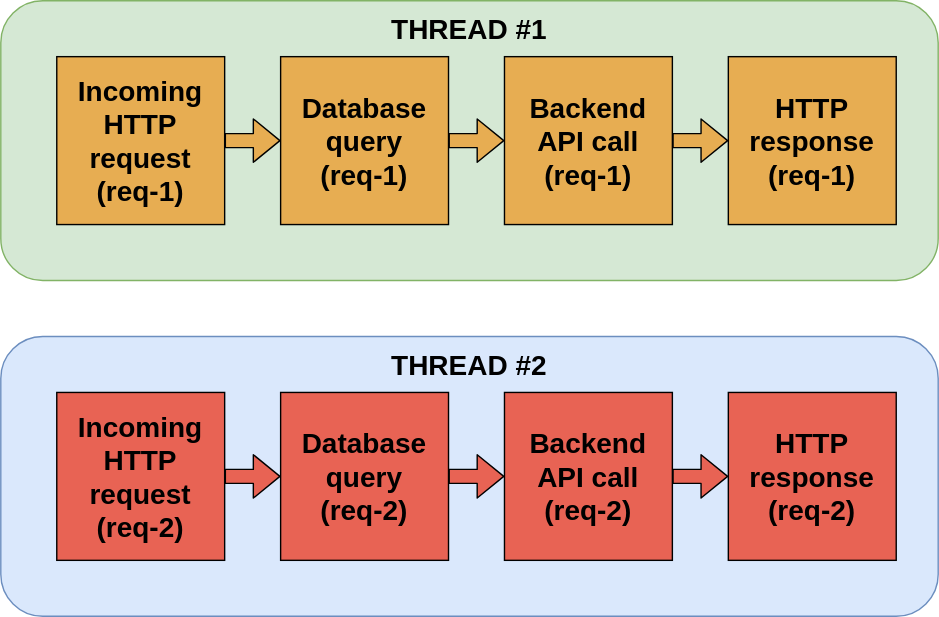
bajtos/2022-hold-my-context keeps this draw.io diagram as images/intro-threads.drawio.svg. Above is the earlier version. Source tidied: cells renumbered, new cells last; positions are measured from the earlier drawing's top-left corner, leaving out a move shared by most shapes. Source of this version:
```xml
<mxGraphModel>
  <root>
    <mxCell id="0" />
    <mxCell id="1" parent="0" />
    <mxCell id="2" style="rounded=1;whiteSpace=wrap;html=1;fillColor=#d5e8d4;align=left;strokeColor=#82b366;" parent="1" vertex="1">
      <mxGeometry width="670" height="200" as="geometry" />
    </mxCell>
    <mxCell id="3" value="&lt;b style=&quot;font-size: 20px&quot;&gt;Incoming&lt;br&gt;HTTP&amp;nbsp;&lt;br&gt;request&lt;br&gt;(req-1)&lt;/b&gt;" style="whiteSpace=wrap;html=1;fillColor=#e7ad52;" parent="1" vertex="1">
      <mxGeometry x="40" y="40" width="120" height="120" as="geometry" />
    </mxCell>
    <mxCell id="4" value="&lt;span style=&quot;font-size: 20px&quot;&gt;&lt;b&gt;Database query&lt;br&gt;&lt;/b&gt;&lt;/span&gt;&lt;b style=&quot;font-size: 20px&quot;&gt;(req-1)&lt;/b&gt;&lt;span style=&quot;font-size: 20px&quot;&gt;&lt;b&gt;&lt;br&gt;&lt;/b&gt;&lt;/span&gt;" style="whiteSpace=wrap;html=1;fillColor=#e7ad52;" parent="1" vertex="1">
      <mxGeometry x="200" y="40" width="120" height="120" as="geometry" />
    </mxCell>
    <mxCell id="5" value="&lt;span style=&quot;font-size: 20px&quot;&gt;&lt;b&gt;Backend API call&lt;br&gt;&lt;/b&gt;&lt;/span&gt;&lt;b style=&quot;font-size: 20px&quot;&gt;(req-1)&lt;/b&gt;&lt;span style=&quot;font-size: 20px&quot;&gt;&lt;b&gt;&lt;br&gt;&lt;/b&gt;&lt;/span&gt;" style="whiteSpace=wrap;html=1;fillColor=#e7ad52;" parent="1" vertex="1">
      <mxGeometry x="360" y="40" width="120" height="120" as="geometry" />
    </mxCell>
    <mxCell id="6" value="&lt;span style=&quot;font-size: 20px&quot;&gt;&lt;b&gt;HTTP response&lt;br&gt;&lt;/b&gt;&lt;/span&gt;&lt;b style=&quot;font-size: 20px&quot;&gt;(req-1)&lt;/b&gt;&lt;span style=&quot;font-size: 20px&quot;&gt;&lt;b&gt;&lt;br&gt;&lt;/b&gt;&lt;/span&gt;" style="whiteSpace=wrap;html=1;fillColor=#e7ad52;" parent="1" vertex="1">
      <mxGeometry x="520" y="40" width="120" height="120" as="geometry" />
    </mxCell>
    <mxCell id="7" style="shape=flexArrow;endArrow=classic;html=1;fontSize=20;exitX=1;exitY=0.5;exitDx=0;exitDy=0;entryX=0;entryY=0.5;entryDx=0;entryDy=0;strokeColor=default;fillColor=#E7AD52;targetPerimeterSpacing=0;sourcePerimeterSpacing=0;rounded=1;gradientColor=none;" parent="1" edge="1" source="3" target="4">
      <mxGeometry relative="1" as="geometry" />
    </mxCell>
    <mxCell id="8" style="shape=flexArrow;endArrow=classic;html=1;fontSize=20;entryX=0;entryY=0.5;entryDx=0;entryDy=0;strokeColor=default;fillColor=#E7AD52;targetPerimeterSpacing=0;sourcePerimeterSpacing=0;rounded=1;gradientColor=none;exitX=1;exitY=0.5;exitDx=0;exitDy=0;" parent="1" edge="1" source="4" target="5">
      <mxGeometry relative="1" as="geometry" />
    </mxCell>
    <mxCell id="9" style="shape=flexArrow;endArrow=classic;html=1;fontSize=20;entryX=0;entryY=0.5;entryDx=0;entryDy=0;strokeColor=default;fillColor=#E7AD52;targetPerimeterSpacing=0;sourcePerimeterSpacing=0;rounded=1;gradientColor=none;" parent="1" edge="1" source="5" target="6">
      <mxGeometry relative="1" as="geometry" />
    </mxCell>
    <mxCell id="10" value="&lt;font style=&quot;font-size: 20px&quot;&gt;&lt;b&gt;THREAD #1&lt;/b&gt;&lt;/font&gt;" style="text;html=1;strokeColor=none;fillColor=none;align=center;verticalAlign=middle;whiteSpace=wrap;rounded=0;" parent="1" vertex="1">
      <mxGeometry width="670" height="40" as="geometry" />
    </mxCell>
    <mxCell id="11" style="rounded=1;whiteSpace=wrap;html=1;fillColor=#dae8fc;align=left;strokeColor=#6c8ebf;" parent="1" vertex="1">
      <mxGeometry y="240" width="670" height="200" as="geometry" />
    </mxCell>
    <mxCell id="12" style="edgeStyle=none;html=1;fontSize=20;" parent="1" edge="1" source="13" target="14">
      <mxGeometry relative="1" as="geometry" />
    </mxCell>
    <mxCell id="13" value="&lt;b style=&quot;font-size: 20px&quot;&gt;Incoming&lt;br&gt;HTTP&amp;nbsp;&lt;br&gt;request&lt;br&gt;(req-2)&lt;br&gt;&lt;/b&gt;" style="whiteSpace=wrap;html=1;fillColor=#E86354;" parent="1" vertex="1">
      <mxGeometry x="40" y="280" width="120" height="120" as="geometry" />
    </mxCell>
    <mxCell id="14" value="&lt;span style=&quot;font-size: 20px&quot;&gt;&lt;b&gt;Database query&lt;br&gt;&lt;/b&gt;&lt;/span&gt;&lt;b style=&quot;font-size: 20px&quot;&gt;(req-2)&lt;/b&gt;&lt;span style=&quot;font-size: 20px&quot;&gt;&lt;b&gt;&lt;br&gt;&lt;/b&gt;&lt;/span&gt;" style="whiteSpace=wrap;html=1;fillColor=#E86354;" parent="1" vertex="1">
      <mxGeometry x="200" y="280" width="120" height="120" as="geometry" />
    </mxCell>
    <mxCell id="15" value="&lt;span style=&quot;font-size: 20px&quot;&gt;&lt;b&gt;Backend API call&lt;br&gt;&lt;/b&gt;&lt;/span&gt;&lt;b style=&quot;font-size: 20px&quot;&gt;(req-2)&lt;/b&gt;&lt;span style=&quot;font-size: 20px&quot;&gt;&lt;b&gt;&lt;br&gt;&lt;/b&gt;&lt;/span&gt;" style="whiteSpace=wrap;html=1;fillColor=#E86354;" parent="1" vertex="1">
      <mxGeometry x="360" y="280" width="120" height="120" as="geometry" />
    </mxCell>
    <mxCell id="16" value="&lt;span style=&quot;font-size: 20px&quot;&gt;&lt;b&gt;HTTP response&lt;br&gt;&lt;/b&gt;&lt;/span&gt;&lt;b style=&quot;font-size: 20px&quot;&gt;(req-2)&lt;/b&gt;&lt;span style=&quot;font-size: 20px&quot;&gt;&lt;b&gt;&lt;br&gt;&lt;/b&gt;&lt;/span&gt;" style="whiteSpace=wrap;html=1;fillColor=#E86354;" parent="1" vertex="1">
      <mxGeometry x="520" y="280" width="120" height="120" as="geometry" />
    </mxCell>
    <mxCell id="17" style="shape=flexArrow;endArrow=classic;html=1;fontSize=20;exitX=1;exitY=0.5;exitDx=0;exitDy=0;entryX=0;entryY=0.5;entryDx=0;entryDy=0;strokeColor=default;fillColor=#E86354;targetPerimeterSpacing=0;sourcePerimeterSpacing=0;rounded=1;gradientColor=none;" parent="1" edge="1" source="13" target="14">
      <mxGeometry relative="1" as="geometry" />
    </mxCell>
    <mxCell id="18" style="shape=flexArrow;endArrow=classic;html=1;fontSize=20;entryX=0;entryY=0.5;entryDx=0;entryDy=0;strokeColor=default;fillColor=#E86354;targetPerimeterSpacing=0;sourcePerimeterSpacing=0;rounded=1;gradientColor=none;exitX=1;exitY=0.5;exitDx=0;exitDy=0;" parent="1" edge="1" source="14" target="15">
      <mxGeometry relative="1" as="geometry" />
    </mxCell>
    <mxCell id="19" style="shape=flexArrow;endArrow=classic;html=1;fontSize=20;entryX=0;entryY=0.5;entryDx=0;entryDy=0;strokeColor=default;fillColor=#E86354;targetPerimeterSpacing=0;sourcePerimeterSpacing=0;rounded=1;gradientColor=none;" parent="1" edge="1" source="15" target="16">
      <mxGeometry relative="1" as="geometry" />
    </mxCell>
    <mxCell id="20" value="&lt;font style=&quot;font-size: 20px&quot;&gt;&lt;b&gt;THREAD #2&lt;/b&gt;&lt;/font&gt;" style="text;html=1;strokeColor=none;fillColor=none;align=center;verticalAlign=middle;whiteSpace=wrap;rounded=0;" parent="1" vertex="1">
      <mxGeometry y="240" width="670" height="40" as="geometry" />
    </mxCell>
  </root>
</mxGraphModel>
```
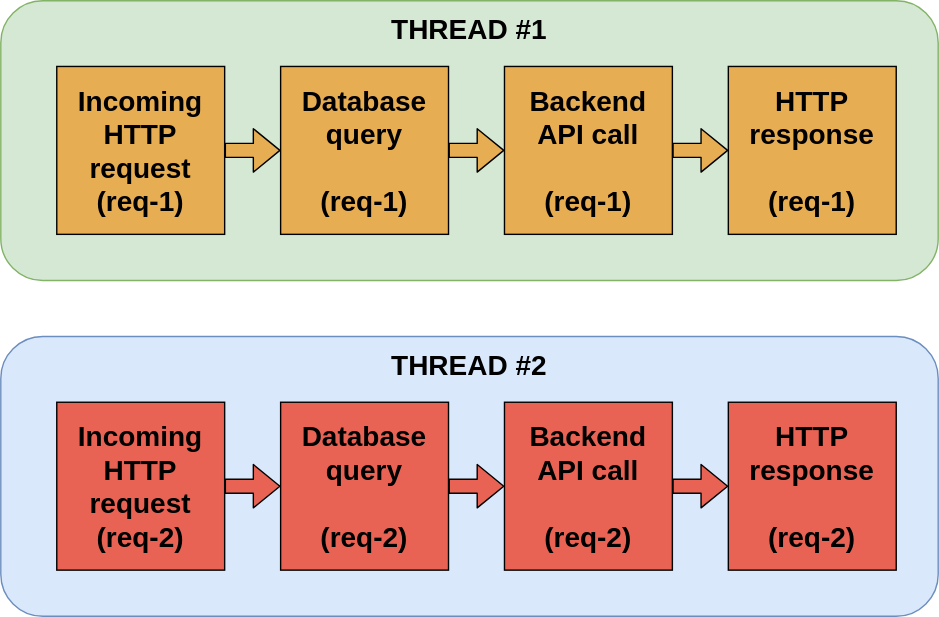
The same diagram one commit later.

Diff of the diagram source:
```diff
@@ -3,18 +3,18 @@
     <mxCell id="0" />
     <mxCell id="1" parent="0" />
     <mxCell id="2" style="rounded=1;whiteSpace=wrap;html=1;fillColor=#d5e8d4;align=left;strokeColor=#82b366;" parent="1" vertex="1">
-      <mxGeometry width="670" height="200" as="geometry" />
+      <mxGeometry y="-7" width="670" height="200" as="geometry" />
     </mxCell>
     <mxCell id="3" value="&lt;b style=&quot;font-size: 20px&quot;&gt;Incoming&lt;br&gt;HTTP&amp;nbsp;&lt;br&gt;request&lt;br&gt;(req-1)&lt;/b&gt;" style="whiteSpace=wrap;html=1;fillColor=#e7ad52;" parent="1" vertex="1">
       <mxGeometry x="40" y="40" width="120" height="120" as="geometry" />
     </mxCell>
-    <mxCell id="4" value="&lt;span style=&quot;font-size: 20px&quot;&gt;&lt;b&gt;Database query&lt;br&gt;&lt;/b&gt;&lt;/span&gt;&lt;b style=&quot;font-size: 20px&quot;&gt;(req-1)&lt;/b&gt;&lt;span style=&quot;font-size: 20px&quot;&gt;&lt;b&gt;&lt;br&gt;&lt;/b&gt;&lt;/span&gt;" style="whiteSpace=wrap;html=1;fillColor=#e7ad52;" parent="1" vertex="1">
+    <mxCell id="4" value="&lt;span style=&quot;font-size: 20px&quot;&gt;&lt;b&gt;Database query&lt;br&gt;&lt;br&gt;&lt;/b&gt;&lt;/span&gt;&lt;b style=&quot;font-size: 20px&quot;&gt;(req-1)&lt;/b&gt;&lt;span style=&quot;font-size: 20px&quot;&gt;&lt;b&gt;&lt;br&gt;&lt;/b&gt;&lt;/span&gt;" style="whiteSpace=wrap;html=1;fillColor=#e7ad52;" parent="1" vertex="1">
       <mxGeometry x="200" y="40" width="120" height="120" as="geometry" />
     </mxCell>
-    <mxCell id="5" value="&lt;span style=&quot;font-size: 20px&quot;&gt;&lt;b&gt;Backend API call&lt;br&gt;&lt;/b&gt;&lt;/span&gt;&lt;b style=&quot;font-size: 20px&quot;&gt;(req-1)&lt;/b&gt;&lt;span style=&quot;font-size: 20px&quot;&gt;&lt;b&gt;&lt;br&gt;&lt;/b&gt;&lt;/span&gt;" style="whiteSpace=wrap;html=1;fillColor=#e7ad52;" parent="1" vertex="1">
+    <mxCell id="5" value="&lt;span style=&quot;font-size: 20px&quot;&gt;&lt;b&gt;Backend API call&lt;br&gt;&lt;br&gt;&lt;/b&gt;&lt;/span&gt;&lt;b style=&quot;font-size: 20px&quot;&gt;(req-1)&lt;/b&gt;&lt;span style=&quot;font-size: 20px&quot;&gt;&lt;b&gt;&lt;br&gt;&lt;/b&gt;&lt;/span&gt;" style="whiteSpace=wrap;html=1;fillColor=#e7ad52;" parent="1" vertex="1">
       <mxGeometry x="360" y="40" width="120" height="120" as="geometry" />
     </mxCell>
-    <mxCell id="6" value="&lt;span style=&quot;font-size: 20px&quot;&gt;&lt;b&gt;HTTP response&lt;br&gt;&lt;/b&gt;&lt;/span&gt;&lt;b style=&quot;font-size: 20px&quot;&gt;(req-1)&lt;/b&gt;&lt;span style=&quot;font-size: 20px&quot;&gt;&lt;b&gt;&lt;br&gt;&lt;/b&gt;&lt;/span&gt;" style="whiteSpace=wrap;html=1;fillColor=#e7ad52;" parent="1" vertex="1">
+    <mxCell id="6" value="&lt;span style=&quot;font-size: 20px&quot;&gt;&lt;b&gt;HTTP response&lt;br&gt;&lt;br&gt;&lt;/b&gt;&lt;/span&gt;&lt;b style=&quot;font-size: 20px&quot;&gt;(req-1)&lt;/b&gt;&lt;span style=&quot;font-size: 20px&quot;&gt;&lt;b&gt;&lt;br&gt;&lt;/b&gt;&lt;/span&gt;" style="whiteSpace=wrap;html=1;fillColor=#e7ad52;" parent="1" vertex="1">
       <mxGeometry x="520" y="40" width="120" height="120" as="geometry" />
     </mxCell>
     <mxCell id="7" style="shape=flexArrow;endArrow=classic;html=1;fontSize=20;exitX=1;exitY=0.5;exitDx=0;exitDy=0;entryX=0;entryY=0.5;entryDx=0;entryDy=0;strokeColor=default;fillColor=#E7AD52;targetPerimeterSpacing=0;sourcePerimeterSpacing=0;rounded=1;gradientColor=none;" parent="1" edge="1" source="3" target="4">
@@ -27,10 +27,10 @@
       <mxGeometry relative="1" as="geometry" />
     </mxCell>
     <mxCell id="10" value="&lt;font style=&quot;font-size: 20px&quot;&gt;&lt;b&gt;THREAD #1&lt;/b&gt;&lt;/font&gt;" style="text;html=1;strokeColor=none;fillColor=none;align=center;verticalAlign=middle;whiteSpace=wrap;rounded=0;" parent="1" vertex="1">
-      <mxGeometry width="670" height="40" as="geometry" />
+      <mxGeometry y="-7" width="670" height="40" as="geometry" />
     </mxCell>
     <mxCell id="11" style="rounded=1;whiteSpace=wrap;html=1;fillColor=#dae8fc;align=left;strokeColor=#6c8ebf;" parent="1" vertex="1">
-      <mxGeometry y="240" width="670" height="200" as="geometry" />
+      <mxGeometry y="233" width="670" height="200" as="geometry" />
     </mxCell>
     <mxCell id="12" style="edgeStyle=none;html=1;fontSize=20;" parent="1" edge="1" source="13" target="14">
       <mxGeometry relative="1" as="geometry" />
@@ -38,13 +38,13 @@
     <mxCell id="13" value="&lt;b style=&quot;font-size: 20px&quot;&gt;Incoming&lt;br&gt;HTTP&amp;nbsp;&lt;br&gt;request&lt;br&gt;(req-2)&lt;br&gt;&lt;/b&gt;" style="whiteSpace=wrap;html=1;fillColor=#E86354;" parent="1" vertex="1">
       <mxGeometry x="40" y="280" width="120" height="120" as="geometry" />
     </mxCell>
-    <mxCell id="14" value="&lt;span style=&quot;font-size: 20px&quot;&gt;&lt;b&gt;Database query&lt;br&gt;&lt;/b&gt;&lt;/span&gt;&lt;b style=&quot;font-size: 20px&quot;&gt;(req-2)&lt;/b&gt;&lt;span style=&quot;font-size: 20px&quot;&gt;&lt;b&gt;&lt;br&gt;&lt;/b&gt;&lt;/span&gt;" style="whiteSpace=wrap;html=1;fillColor=#E86354;" parent="1" vertex="1">
+    <mxCell id="14" value="&lt;span style=&quot;font-size: 20px&quot;&gt;&lt;b&gt;Database query&lt;br&gt;&lt;br&gt;&lt;/b&gt;&lt;/span&gt;&lt;b style=&quot;font-size: 20px&quot;&gt;(req-2)&lt;/b&gt;&lt;span style=&quot;font-size: 20px&quot;&gt;&lt;b&gt;&lt;br&gt;&lt;/b&gt;&lt;/span&gt;" style="whiteSpace=wrap;html=1;fillColor=#E86354;" parent="1" vertex="1">
       <mxGeometry x="200" y="280" width="120" height="120" as="geometry" />
     </mxCell>
-    <mxCell id="15" value="&lt;span style=&quot;font-size: 20px&quot;&gt;&lt;b&gt;Backend API call&lt;br&gt;&lt;/b&gt;&lt;/span&gt;&lt;b style=&quot;font-size: 20px&quot;&gt;(req-2)&lt;/b&gt;&lt;span style=&quot;font-size: 20px&quot;&gt;&lt;b&gt;&lt;br&gt;&lt;/b&gt;&lt;/span&gt;" style="whiteSpace=wrap;html=1;fillColor=#E86354;" parent="1" vertex="1">
+    <mxCell id="15" value="&lt;span style=&quot;font-size: 20px&quot;&gt;&lt;b&gt;Backend API call&lt;br&gt;&lt;br&gt;&lt;/b&gt;&lt;/span&gt;&lt;b style=&quot;font-size: 20px&quot;&gt;(req-2)&lt;/b&gt;&lt;span style=&quot;font-size: 20px&quot;&gt;&lt;b&gt;&lt;br&gt;&lt;/b&gt;&lt;/span&gt;" style="whiteSpace=wrap;html=1;fillColor=#E86354;" parent="1" vertex="1">
       <mxGeometry x="360" y="280" width="120" height="120" as="geometry" />
     </mxCell>
-    <mxCell id="16" value="&lt;span style=&quot;font-size: 20px&quot;&gt;&lt;b&gt;HTTP response&lt;br&gt;&lt;/b&gt;&lt;/span&gt;&lt;b style=&quot;font-size: 20px&quot;&gt;(req-2)&lt;/b&gt;&lt;span style=&quot;font-size: 20px&quot;&gt;&lt;b&gt;&lt;br&gt;&lt;/b&gt;&lt;/span&gt;" style="whiteSpace=wrap;html=1;fillColor=#E86354;" parent="1" vertex="1">
+    <mxCell id="16" value="&lt;span style=&quot;font-size: 20px&quot;&gt;&lt;b&gt;HTTP response&lt;br&gt;&lt;br&gt;&lt;/b&gt;&lt;/span&gt;&lt;b style=&quot;font-size: 20px&quot;&gt;(req-2)&lt;/b&gt;&lt;span style=&quot;font-size: 20px&quot;&gt;&lt;b&gt;&lt;br&gt;&lt;/b&gt;&lt;/span&gt;" style="whiteSpace=wrap;html=1;fillColor=#E86354;" parent="1" vertex="1">
       <mxGeometry x="520" y="280" width="120" height="120" as="geometry" />
     </mxCell>
     <mxCell id="17" style="shape=flexArrow;endArrow=classic;html=1;fontSize=20;exitX=1;exitY=0.5;exitDx=0;exitDy=0;entryX=0;entryY=0.5;entryDx=0;entryDy=0;strokeColor=default;fillColor=#E86354;targetPerimeterSpacing=0;sourcePerimeterSpacing=0;rounded=1;gradientColor=none;" parent="1" edge="1" source="13" target="14">
@@ -57,7 +57,7 @@
       <mxGeometry relative="1" as="geometry" />
     </mxCell>
     <mxCell id="20" value="&lt;font style=&quot;font-size: 20px&quot;&gt;&lt;b&gt;THREAD #2&lt;/b&gt;&lt;/font&gt;" style="text;html=1;strokeColor=none;fillColor=none;align=center;verticalAlign=middle;whiteSpace=wrap;rounded=0;" parent="1" vertex="1">
-      <mxGeometry y="240" width="670" height="40" as="geometry" />
+      <mxGeometry y="233" width="670" height="40" as="geometry" />
     </mxCell>
   </root>
 </mxGraphModel>
```
